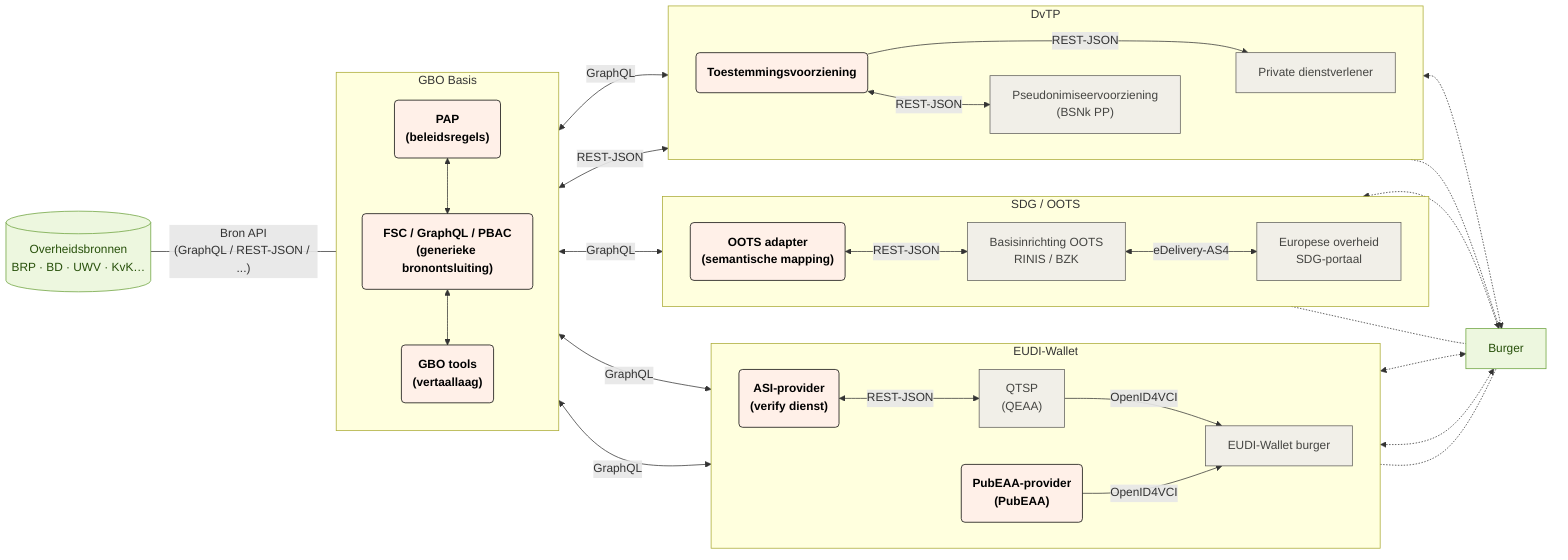
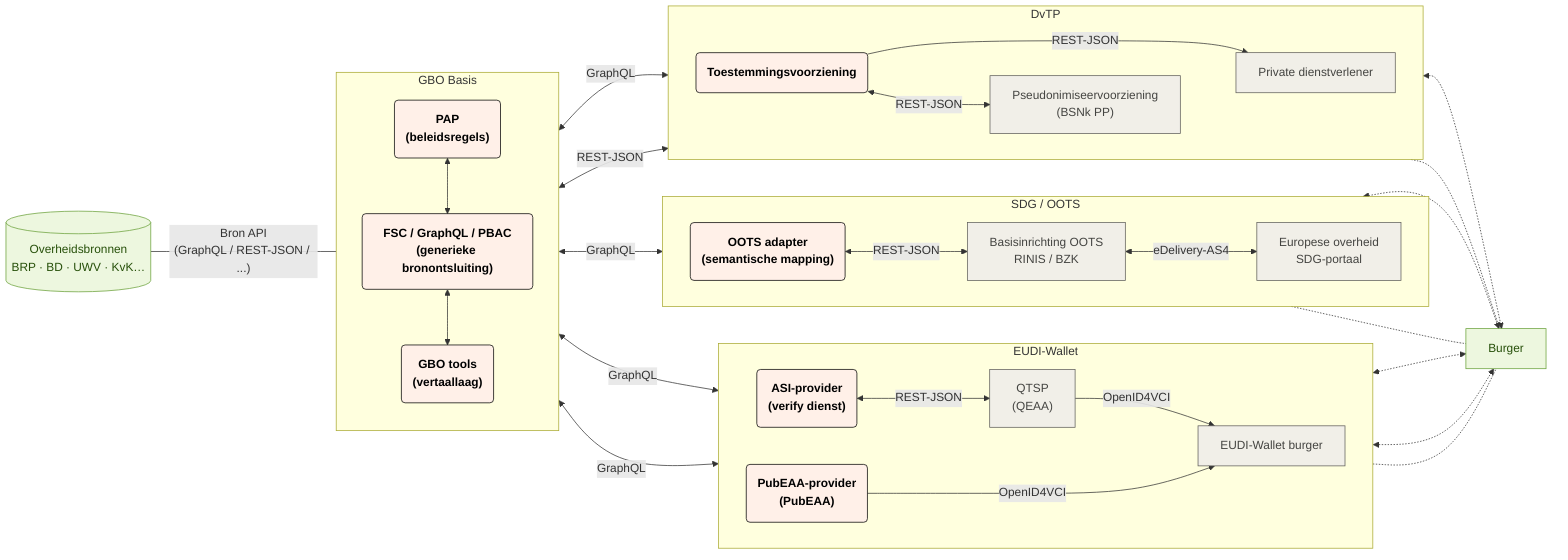
flowchart LR
  subgraph gbo["GBO Basis"]
    direction TB
        fsc_pap("`**PAP<br>(beleidsregels)**`")
        fsc("`**FSC / GraphQL / PBAC<br>(generieke bronontsluiting)**`")
        fsc_tools("`**GBO tools<br>(vertaallaag)**`")
  end
  subgraph eudi["EUDI-Wallet"]
    direction LR
        eudi_asi("`**ASI-provider<br>(verify dienst)**`")
        eudi_pubeaa("`**PubEAA-provider<br>(PubEAA)**`")
        eudi_qeaa["QTSP<br>(QEAA)"]
        eudi_wallet["EUDI-Wallet burger"]
  end
  subgraph oots["SDG / OOTS"]
    direction LR
        oots_adapter("`**OOTS adapter<br>(semantische mapping)**`")
        oots_basis["Basisinrichting OOTS<br>RINIS / BZK"]
        oots_afnemer["Europese overheid<br>SDG-portaal"]
  end
  subgraph dvtp["DvTP"]
    direction LR
        dvtp_toestemming("`**Toestemmingsvoorziening**`")
        dvtp_pseudoniem["Pseudonimiseervoorziening<br>(BSNk PP)"]
        dvtp_afnemer["Private dienstverlener"]
  end

  fsc_pap <--> fsc
  fsc <--> fsc_tools
  bron[("Overheidsbronnen<br>BRP · BD · UWV · KvK…")] -- Bron API<br>(GraphQL / REST-JSON / ...) --- gbo
  eudi_asi <-- REST-JSON --> eudi_qeaa
  eudi_qeaa -- OpenID4VCI --> eudi_wallet
  gbo <-- GraphQL --> eudi_asi & eudi_pubeaa & oots_adapter & dvtp_afnemer
-   eudi_pubeaa -- OpenID4VCI --> eudi_wallet
+   eudi_pubeaa -- OpenID4VCI ---> eudi_wallet
  oots_adapter <-- REST-JSON --> oots_basis
  oots_basis <-- eDelivery-AS4 --> oots_afnemer
  gbo <-- REST-JSON --> dvtp_toestemming
  dvtp_toestemming -- REST-JSON --> dvtp_afnemer
  dvtp_toestemming <-- REST-JSON --> dvtp_pseudoniem
  dvtp_pseudoniem ~~~ dvtp_afnemer
  dvtp_toestemming <-.-> burger
  oots_basis <-.-> burger
  eudi_asi <-.-> burger
  eudi_pubeaa <-.-> burger
  eudi_wallet -.- burger["Burger"]
  oots_afnemer -.- burger
  dvtp_afnemer -.- burger

  fsc_pap:::gbo
  fsc:::gbo
  fsc_tools:::gbo
  eudi_asi:::gbo
  eudi_pubeaa:::gbo
  eudi_qeaa:::eudi
  eudi_wallet:::eudi
  oots_adapter:::gbo
  oots_basis:::oots
  oots_afnemer:::oots
  dvtp_toestemming:::gbo
  dvtp_pseudoniem:::dvtp
  dvtp_afnemer:::dvtp
  bron:::bron
  burger:::burger

  classDef bron fill:#edf7df,stroke:#6aa13a,color:#27500a
  classDef generiek fill:#f1efe8,stroke:#5f5e5a,color:#444441
  classDef eudi fill:#f1efe8,stroke:#5f5e5a,color:#444441
  classDef oots fill:#f1efe8,stroke:#5f5e5a,color:#444441
  classDef dvtp fill:#f1efe8,stroke:#5f5e5a,color:#444441
  classDef gbo fill:#fff0e8,stroke:#000000,color:#000000
  classDef burger fill:#edf7df,stroke:#6aa13a,color:#27500a
